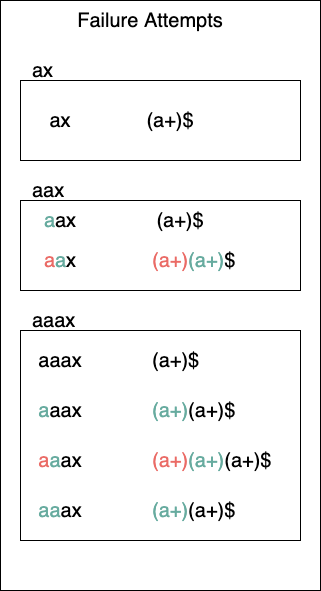
This is redos/finalPPT/pictures/explain2.png from ZhangXinyue018/cs5331_group_project, a draw.io export, as it was before one commit. Source tidied: cells renumbered, new cells last; positions are measured from the earlier drawing's top-left corner, leaving out a move shared by most shapes.
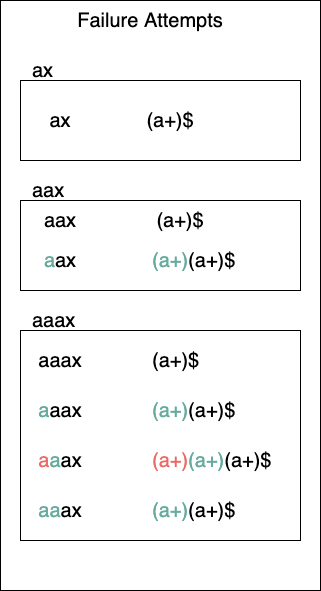
The same file after the commit.

Change to the diagram source:
```diff
@@ -20,16 +20,16 @@
     <mxCell id="7" value="&lt;font style=&quot;font-size: 20px&quot;&gt;(a+)$&lt;/font&gt;" style="text;html=1;strokeColor=none;fillColor=none;align=center;verticalAlign=middle;whiteSpace=wrap;rounded=0;" parent="1" vertex="1">
       <mxGeometry x="150" y="110" width="40" height="20" as="geometry" />
     </mxCell>
-    <mxCell id="8" value="&lt;font style=&quot;font-size: 20px&quot;&gt;&lt;font color=&quot;#67ab9f&quot;&gt;a&lt;/font&gt;ax&lt;/font&gt;" style="text;html=1;strokeColor=none;fillColor=none;align=center;verticalAlign=middle;whiteSpace=wrap;rounded=0;" parent="1" vertex="1">
+    <mxCell id="8" value="&lt;font style=&quot;font-size: 20px&quot;&gt;aax&lt;/font&gt;" style="text;html=1;strokeColor=none;fillColor=none;align=center;verticalAlign=middle;whiteSpace=wrap;rounded=0;" parent="1" vertex="1">
       <mxGeometry x="40" y="210" width="40" height="20" as="geometry" />
     </mxCell>
     <mxCell id="9" value="&lt;font style=&quot;font-size: 20px&quot;&gt;(a+)$&lt;/font&gt;" style="text;html=1;strokeColor=none;fillColor=none;align=center;verticalAlign=middle;whiteSpace=wrap;rounded=0;" parent="1" vertex="1">
       <mxGeometry x="160" y="210" width="40" height="20" as="geometry" />
     </mxCell>
-    <mxCell id="10" value="&lt;font style=&quot;font-size: 20px&quot;&gt;&lt;font color=&quot;#ea6b66&quot;&gt;a&lt;/font&gt;&lt;font color=&quot;#67ab9f&quot;&gt;a&lt;/font&gt;x&lt;/font&gt;" style="text;html=1;strokeColor=none;fillColor=none;align=center;verticalAlign=middle;whiteSpace=wrap;rounded=0;" parent="1" vertex="1">
+    <mxCell id="10" value="&lt;font style=&quot;font-size: 20px&quot;&gt;&lt;font color=&quot;#67ab9f&quot;&gt;a&lt;/font&gt;ax&lt;/font&gt;" style="text;html=1;strokeColor=none;fillColor=none;align=center;verticalAlign=middle;whiteSpace=wrap;rounded=0;" parent="1" vertex="1">
       <mxGeometry x="40" y="250" width="40" height="20" as="geometry" />
     </mxCell>
-    <mxCell id="11" value="&lt;font style=&quot;font-size: 20px&quot;&gt;&lt;font color=&quot;#ea6b66&quot;&gt;(a+)&lt;/font&gt;&lt;font color=&quot;#67ab9f&quot;&gt;(a+)&lt;/font&gt;$&lt;/font&gt;" style="text;html=1;strokeColor=none;fillColor=none;align=left;verticalAlign=middle;whiteSpace=wrap;rounded=0;" parent="1" vertex="1">
+    <mxCell id="11" value="&lt;font style=&quot;font-size: 20px&quot;&gt;&lt;font color=&quot;#67ab9f&quot;&gt;(a+)&lt;/font&gt;(a+)$&lt;/font&gt;" style="text;html=1;strokeColor=none;fillColor=none;align=left;verticalAlign=middle;whiteSpace=wrap;rounded=0;" parent="1" vertex="1">
       <mxGeometry x="150" y="250" width="110" height="20" as="geometry" />
     </mxCell>
     <mxCell id="12" value="&lt;font style=&quot;font-size: 20px&quot;&gt;&lt;font color=&quot;#67ab9f&quot;&gt;a&lt;/font&gt;aax&lt;/font&gt;" style="text;html=1;strokeColor=none;fillColor=none;align=center;verticalAlign=middle;whiteSpace=wrap;rounded=0;" parent="1" vertex="1">
```
